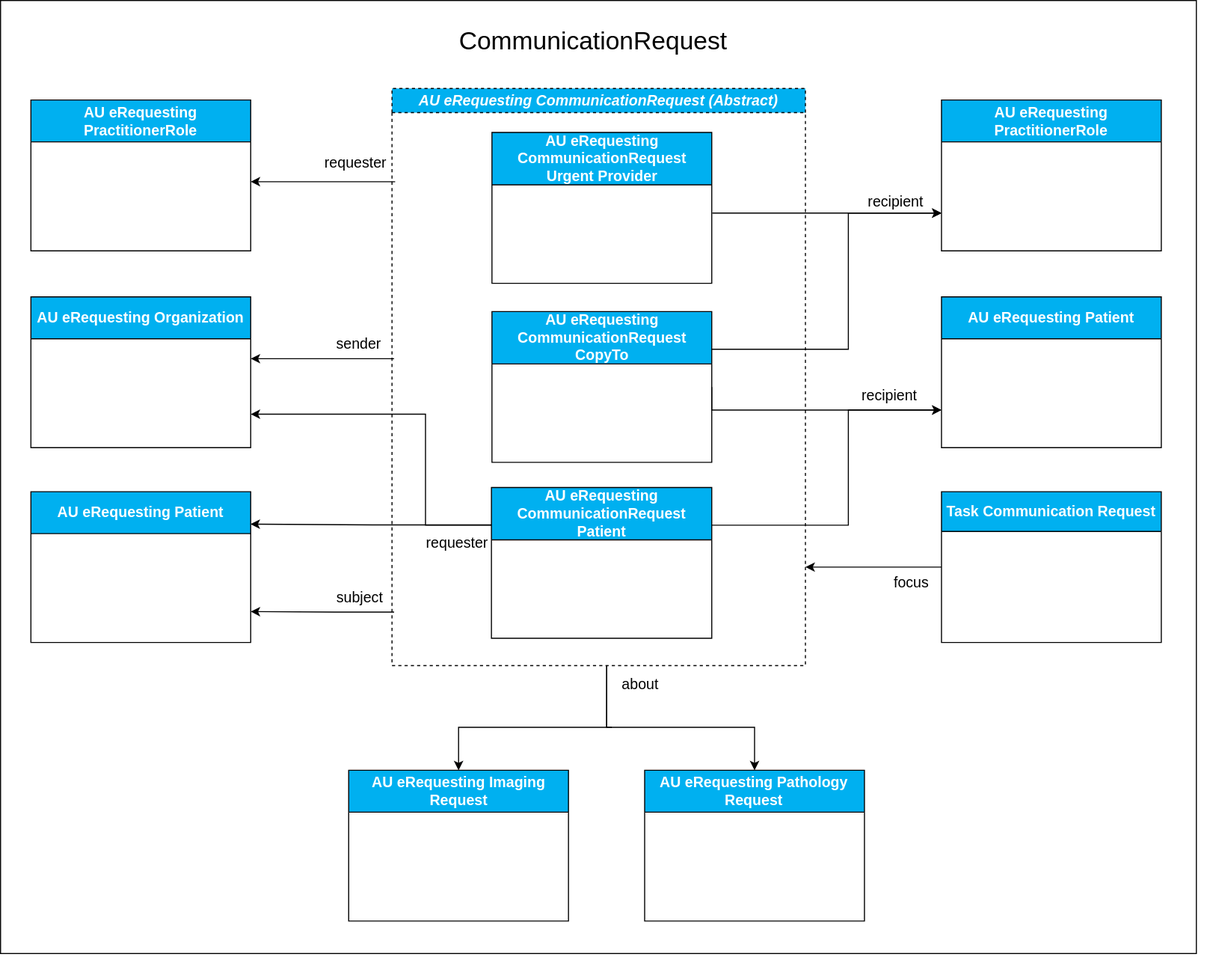
The draw.io diagram input/images/au-erequesting-profiles-au-erequesting-profiles-communicationrequest.svg in hl7au/au-fhir-erequesting, before a commit. Source tidied: cells renumbered, new cells last; positions are measured from the earlier drawing's top-left corner, leaving out a move shared by most shapes.
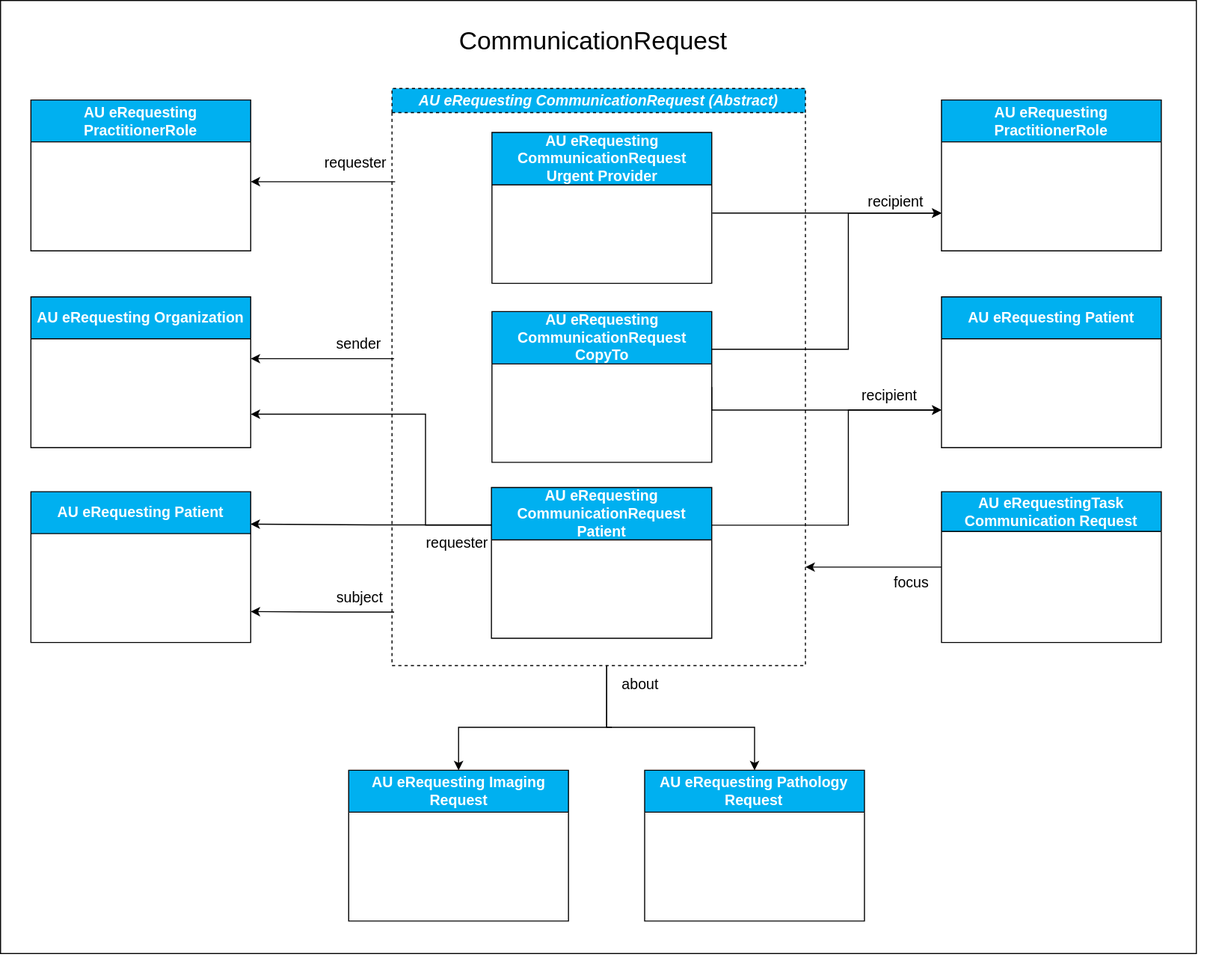
After the commit.

Commit message:
Corrected profile name in communicationrequest profiles diagram

Diff of the diagram source:
```diff
@@ -56,7 +56,7 @@
         <mxPoint x="32" y="9" as="offset" />
       </mxGeometry>
     </mxCell>
-    <mxCell id="13" value="&lt;font style=&quot;font-size: 14px;&quot;&gt;Task Communication Request&lt;/font&gt;" style="swimlane;whiteSpace=wrap;html=1;startSize=38;fillColor=#00B0F0;fontColor=#FFFFFF;" parent="2" vertex="1">
+    <mxCell id="13" value="&lt;font style=&quot;font-size: 14px;&quot;&gt;AU eRequestingTask Communication Request&lt;/font&gt;" style="swimlane;whiteSpace=wrap;html=1;startSize=38;fillColor=#00B0F0;fontColor=#FFFFFF;" parent="2" vertex="1">
       <mxGeometry x="889" y="469" width="210" height="144" as="geometry" />
     </mxCell>
     <mxCell id="14" style="endArrow=classic;html=1;rounded=0;entryX=0;entryY=0.75;entryDx=0;entryDy=0;" parent="2" edge="1" target="28">
```
